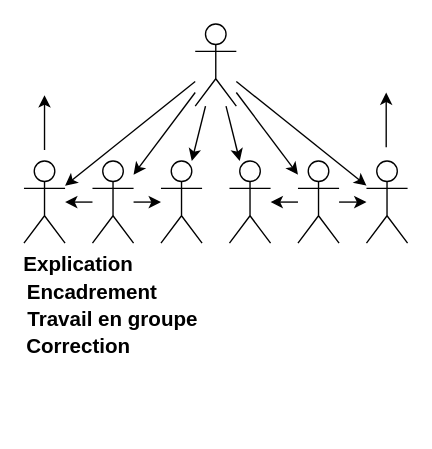
The draw.io diagram enseignement_mutuel.drawio in yoann-marquer/Diagrams, before the edit. Source tidied: cells renumbered, new cells numbered last; positions are measured from the earlier drawing's top-left corner, leaving out a move shared by most shapes. Both pictures are drawn from the tidied source at 137%, with x=0, y=0 at pixel (23, 23).
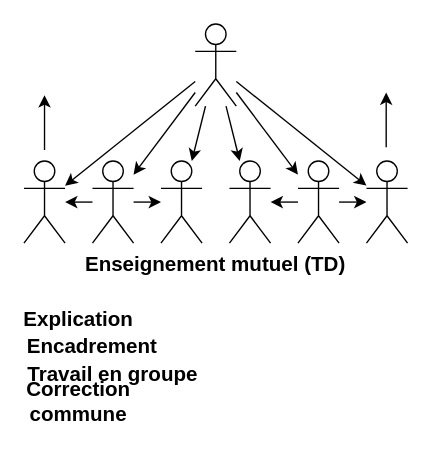
Above is the later version.

What changed in the source:
```diff
@@
     <mxCell id="23" value="&lt;b&gt;&lt;font style=&quot;font-size: 15px;&quot;&gt;Explication&lt;/font&gt;&lt;/b&gt;" style="text;html=1;whiteSpace=wrap;strokeColor=none;fillColor=none;align=center;verticalAlign=middle;rounded=0;" parent="1" vertex="1">
-      <mxGeometry x="10" y="160" width="60" height="30" as="geometry" />
+      <mxGeometry x="10" y="200" width="60" height="30" as="geometry" />
     </mxCell>
     <mxCell id="24" value="&lt;font style=&quot;font-size: 15px;&quot;&gt;&lt;b&gt;Encadrement&lt;/b&gt;&lt;/font&gt;" style="text;html=1;whiteSpace=wrap;strokeColor=none;fillColor=none;align=center;verticalAlign=middle;rounded=0;" parent="1" vertex="1">
-      <mxGeometry x="20" y="180" width="60" height="30" as="geometry" />
+      <mxGeometry x="20" y="220" width="60" height="30" as="geometry" />
     </mxCell>
     <mxCell id="25" value="&lt;font style=&quot;font-size: 15px;&quot;&gt;&lt;b&gt;Travail en groupe&lt;/b&gt;&lt;/font&gt;" style="text;html=1;whiteSpace=wrap;strokeColor=none;fillColor=none;align=center;verticalAlign=middle;rounded=0;" parent="1" vertex="1">
-      <mxGeometry y="200" width="130" height="30" as="geometry" />
+      <mxGeometry y="240" width="130" height="30" as="geometry" />
     </mxCell>
-    <mxCell id="26" value="&lt;b&gt;&lt;font style=&quot;font-size: 15px;&quot;&gt;Correction&lt;/font&gt;&lt;/b&gt;" style="text;html=1;whiteSpace=wrap;strokeColor=none;fillColor=none;align=center;verticalAlign=middle;rounded=0;" parent="1" vertex="1">
-      <mxGeometry x="10" y="220" width="60" height="30" as="geometry" />
+    <mxCell id="26" value="&lt;b&gt;&lt;font style=&quot;font-size: 15px;&quot;&gt;Correction commune&lt;/font&gt;&lt;/b&gt;" style="text;html=1;whiteSpace=wrap;strokeColor=none;fillColor=none;align=center;verticalAlign=middle;rounded=0;" parent="1" vertex="1">
+      <mxGeometry x="10" y="260" width="60" height="30" as="geometry" />
     </mxCell>
+    <mxCell id="27" value="&lt;font style=&quot;font-size: 15px;&quot;&gt;&lt;b&gt;Enseignement mutuel (TD)&lt;/b&gt;&lt;/font&gt;" style="text;html=1;whiteSpace=wrap;strokeColor=none;fillColor=none;align=center;verticalAlign=middle;rounded=0;" parent="1" vertex="1">
+      <mxGeometry x="35" y="160" width="210" height="30" as="geometry" />
+    </mxCell>
```
